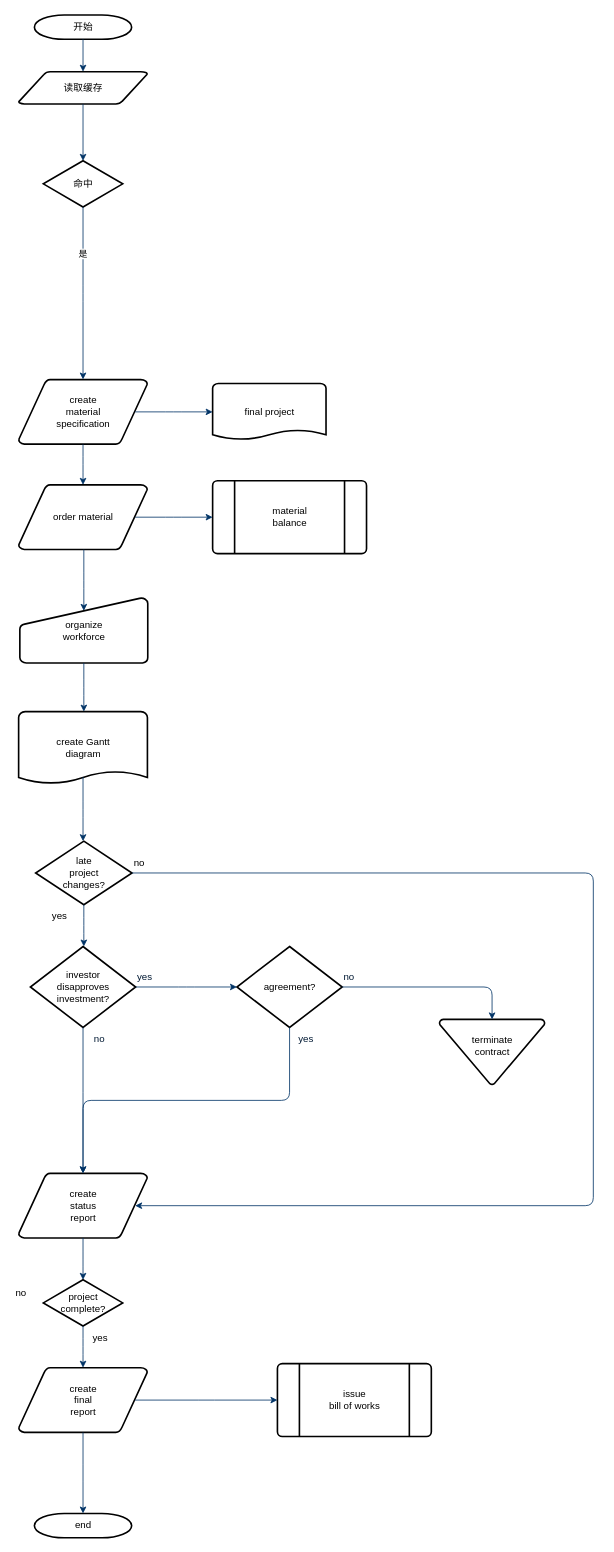
Before: 首页.drawio in yizhaorong/imageBed, a draw.io diagram. Source tidied: cells renumbered, new cells numbered last; positions are measured from the earlier drawing's top-left corner, leaving out a move shared by most shapes. Both pictures are drawn from the tidied source at 81%, with x=0, y=0 at pixel (14, 15).
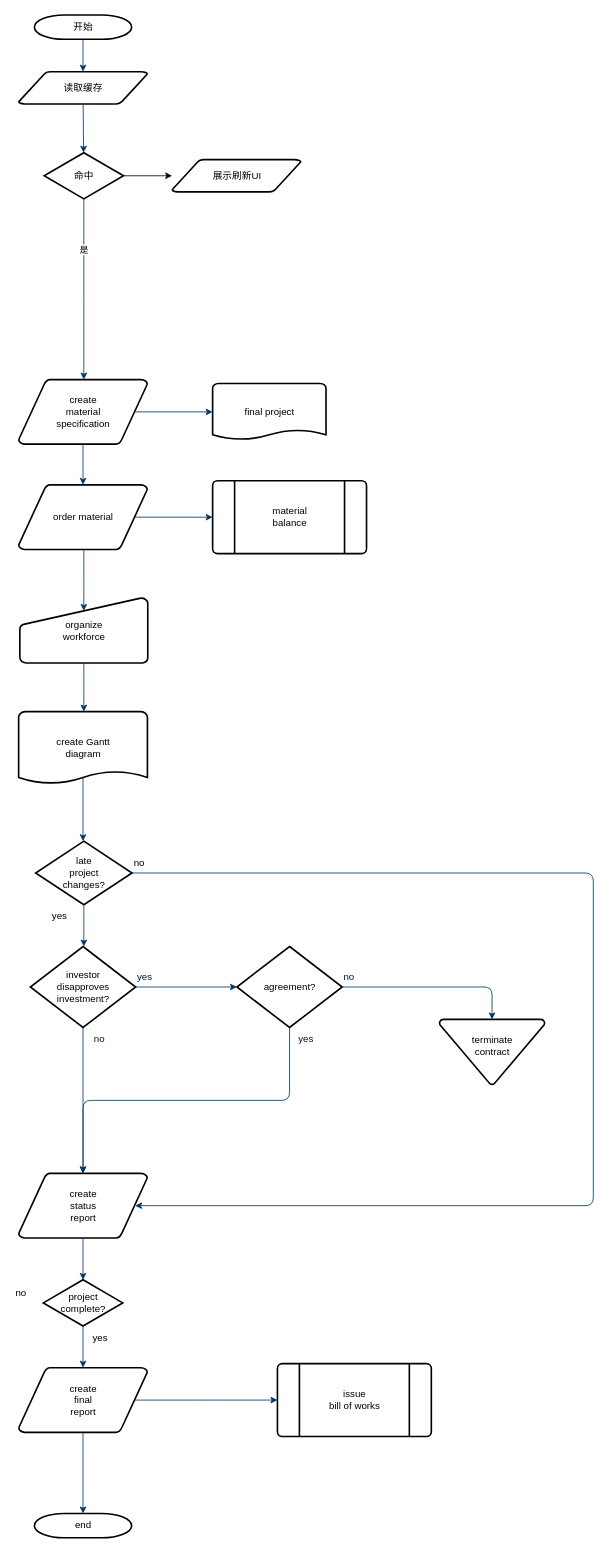
Above is the later version.

Change to the diagram source:
```diff
@@
+    <mxCell id="48" style="edgeStyle=orthogonalEdgeStyle;rounded=0;jettySize=auto;html=1;" parent="1" edge="1" source="5" target="49">
+      <mxGeometry relative="1" as="geometry" />
+    </mxCell>
     <mxCell id="5" value="命中" style="shape=mxgraph.flowchart.decision;strokeWidth=2;gradientColor=none;gradientDirection=north;fontStyle=0;html=1;" parent="1" vertex="1">
-      <mxGeometry x="36" y="180" width="98" height="57" as="geometry" />
+      <mxGeometry x="37" y="170" width="98" height="57" as="geometry" />
     </mxCell>
@@
+    <mxCell id="49" value="展示刷新UI" style="shape=mxgraph.flowchart.data;strokeWidth=2;gradientColor=none;gradientDirection=north;fontStyle=0;html=1;" parent="1" vertex="1">
+      <mxGeometry x="195" y="178.5" width="159" height="40" as="geometry" />
+    </mxCell>
```
